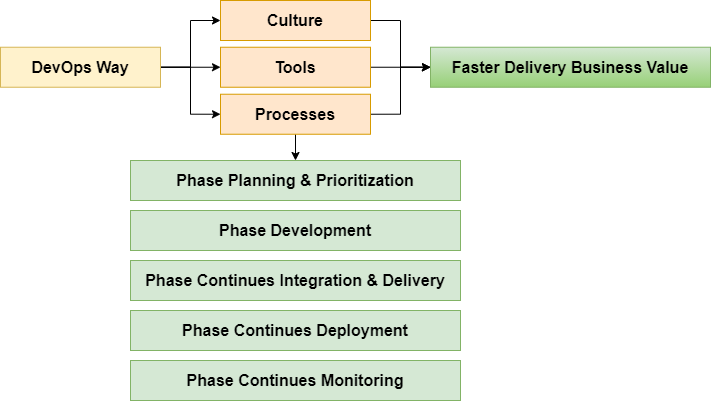
Before: asset/DevOps-Way2.png, a diagram exported from draw.io (gungunfebrianza/Belajar-Dengan-Jenius-DevOps). Source tidied: cells renumbered, new cells last; positions are measured from the earlier drawing's top-left corner, leaving out a move shared by most shapes.
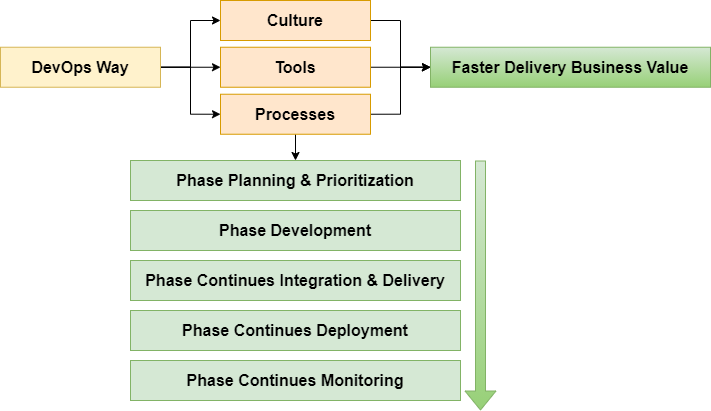
The same diagram one commit later.

Commit message:
devops process

Diff of the diagram source:
```diff
@@ -53,5 +53,11 @@
     <mxCell id="18" value="&lt;font style=&quot;font-size: 16px&quot;&gt;&lt;b&gt;Faster Delivery Business Value&lt;br&gt;&lt;/b&gt;&lt;/font&gt;" style="rounded=0;whiteSpace=wrap;html=1;fillColor=#d5e8d4;strokeColor=#82b366;gradientColor=#97d077;" parent="1" vertex="1">
       <mxGeometry x="430" y="46.7" width="280" height="40" as="geometry" />
     </mxCell>
+    <mxCell id="19" style="shape=flexArrow;endArrow=classic;html=1;strokeWidth=1;fillColor=#d5e8d4;strokeColor=#82b366;gradientColor=#97d077;" parent="1" edge="1">
+      <mxGeometry x="2503.4" y="284" as="geometry">
+        <mxPoint x="480" y="160" as="sourcePoint" />
+        <mxPoint x="480" y="410" as="targetPoint" />
+      </mxGeometry>
+    </mxCell>
   </root>
 </mxGraphModel>
```
